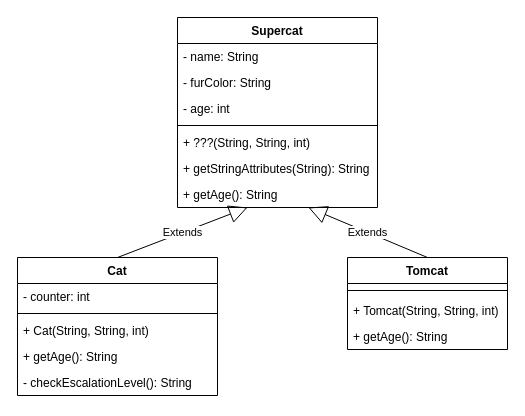
Before: page "Cat_Tomcat_Supercat" (3 of 3) of com/cc/java/klassendiagramm.drawio in tkor152-OOP/03_Inheritance_Vererbung, a draw.io diagram. Source tidied: cells renumbered, new cells numbered last; positions are measured from the earlier drawing's top-left corner, leaving out a move shared by most shapes. Both pictures are drawn from the tidied source at 100%, with x=0, y=0 at pixel (17, 17).
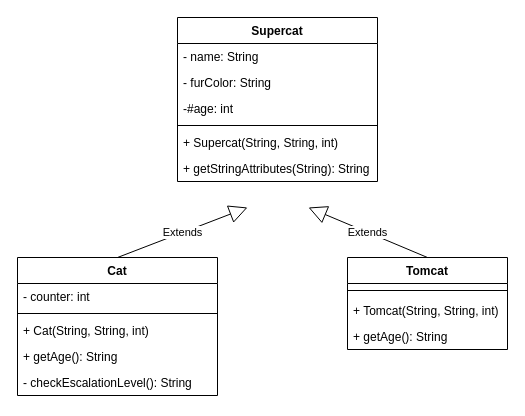
The same diagram, later.

Commit message (it also covers changes not shown here):
Supercat-Vererbung

Unchanged cells that the change refers to:
```xml
<mxCell id="8" value="Tomcat" style="swimlane;fontStyle=1;align=center;verticalAlign=top;horizontal=1;startSize=26;" parent="1" vertex="1">
  <mxGeometry x="330" y="240" width="160" height="92" as="geometry" />
</mxCell>
```

Diff of the diagram source:
```diff
@@
     <mxCell id="12" value="Supercat" style="swimlane;fontStyle=1;align=center;verticalAlign=top;horizontal=1;startSize=26;" parent="1" vertex="1">
-      <mxGeometry x="160" width="200" height="190" as="geometry" />
+      <mxGeometry x="160" width="200" height="164" as="geometry" />
     </mxCell>
@@
-    <mxCell id="15" value="- age: int" style="text;strokeColor=none;fillColor=none;align=left;verticalAlign=top;spacingLeft=4;spacingRight=4;overflow=hidden;" parent="12" vertex="1">
+    <mxCell id="15" value="-#age: int" style="text;strokeColor=none;fillColor=none;align=left;verticalAlign=top;spacingLeft=4;spacingRight=4;overflow=hidden;" parent="12" vertex="1">
       <mxGeometry y="78" width="200" height="26" as="geometry" />
     </mxCell>
@@
-    <mxCell id="17" value="+ ???(String, String, int)" style="text;strokeColor=none;fillColor=none;align=left;verticalAlign=top;spacingLeft=4;spacingRight=4;overflow=hidden;" parent="12" vertex="1">
+    <mxCell id="17" value="+ Supercat(String, String, int)" style="text;strokeColor=none;fillColor=none;align=left;verticalAlign=top;spacingLeft=4;spacingRight=4;overflow=hidden;" parent="12" vertex="1">
       <mxGeometry y="112" width="200" height="26" as="geometry" />
     </mxCell>
@@
-    <mxCell id="19" value="+ getAge(): String" style="text;strokeColor=none;fillColor=none;align=left;verticalAlign=top;spacingLeft=4;spacingRight=4;overflow=hidden;points=[[0,0.5],[1,0.5]];portConstraint=eastwest;" parent="12" vertex="1">
-      <mxGeometry y="164" width="200" height="26" as="geometry" />
-    </mxCell>
@@
-    <mxCell id="21" value="Extends" style="endArrow=block;endSize=16;endFill=0;html=1;exitX=0.5;exitY=0;exitDx=0;exitDy=0;" parent="1" edge="1" source="8" target="19">
-      <mxGeometry relative="1" as="geometry" />
+    <mxCell id="21" value="Extends" style="endArrow=block;endSize=16;endFill=0;html=1;exitX=0.5;exitY=0;exitDx=0;exitDy=0;" parent="1" edge="1" source="8">
+      <mxGeometry relative="1" as="geometry">
+        <mxPoint x="291" y="190" as="targetPoint" />
+      </mxGeometry>
     </mxCell>
```
